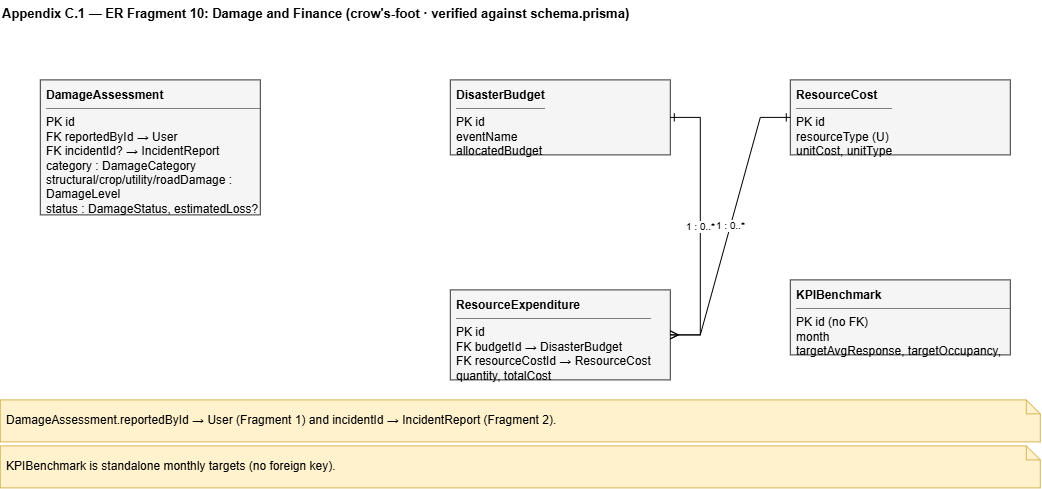
This is research-report-source/diagrams/pngs/Appendix_C.1_ER_Fragment_10_Damage_and_Finance.drawio.png from DeshanDV1003/Suraksha---Web-App, a draw.io export, as it was before one commit. Source tidied: cells renumbered, new cells last; positions are measured from the earlier drawing's top-left corner, leaving out a move shared by most shapes.
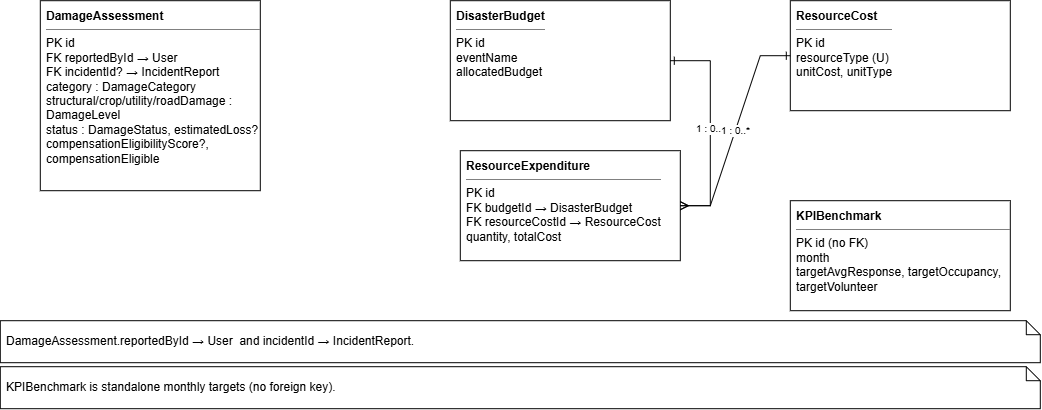
After the change.

The edit, as a diff of the source:
```diff
@@ -2,23 +2,20 @@
   <root>
     <mxCell id="0" />
     <mxCell id="1" parent="0" />
-    <mxCell id="2" value="Appendix C.1 — ER Fragment 10: Damage and Finance   (crow's-foot · verified against schema.prisma)" style="text;html=1;fontStyle=1;fontSize=13;align=left;" parent="1" vertex="1">
-      <mxGeometry width="1040" height="24" as="geometry" />
-    </mxCell>
-    <mxCell id="3" value="&lt;b&gt;DamageAssessment&lt;/b&gt;&lt;hr size=&quot;1&quot; noshade&gt;PK id&lt;br&gt;FK reportedById  → User&lt;br&gt;FK incidentId?  → IncidentReport&lt;br&gt;category : DamageCategory&lt;br&gt;structural/crop/utility/roadDamage : DamageLevel&lt;br&gt;status : DamageStatus, estimatedLoss?&lt;br&gt;compensationEligibilityScore?, compensationEligible" style="rounded=0;whiteSpace=wrap;html=1;fillColor=#f5f5f5;strokeColor=#333333;align=left;verticalAlign=top;spacingLeft=4;spacingTop=2;overflow=hidden;" parent="1" vertex="1">
-      <mxGeometry x="40" y="80" width="220" height="135" as="geometry" />
+    <mxCell id="3" value="&lt;b&gt;DamageAssessment&lt;/b&gt;&lt;hr size=&quot;1&quot; noshade&gt;PK id&lt;br&gt;FK reportedById  → User&lt;br&gt;FK incidentId?  → IncidentReport&lt;br&gt;category : DamageCategory&lt;br&gt;structural/crop/utility/roadDamage : DamageLevel&lt;br&gt;status : DamageStatus, estimatedLoss?&lt;br&gt;compensationEligibilityScore?, compensationEligible" style="rounded=0;whiteSpace=wrap;html=1;align=left;verticalAlign=top;spacingLeft=4;spacingTop=2;overflow=hidden;" parent="1" vertex="1">
+      <mxGeometry x="40" y="80" width="220" height="190" as="geometry" />
     </mxCell>
-    <mxCell id="4" value="&lt;b&gt;DisasterBudget&lt;/b&gt;&lt;hr size=&quot;1&quot; noshade&gt;PK id&lt;br&gt;eventName&lt;br&gt;allocatedBudget" style="rounded=0;whiteSpace=wrap;html=1;fillColor=#f5f5f5;strokeColor=#333333;align=left;verticalAlign=top;spacingLeft=4;spacingTop=2;overflow=hidden;" parent="1" vertex="1">
-      <mxGeometry x="450" y="80" width="220" height="75" as="geometry" />
+    <mxCell id="4" value="&lt;b&gt;DisasterBudget&lt;/b&gt;&lt;hr size=&quot;1&quot; noshade&gt;PK id&lt;br&gt;eventName&lt;br&gt;allocatedBudget" style="rounded=0;whiteSpace=wrap;html=1;align=left;verticalAlign=top;spacingLeft=4;spacingTop=2;overflow=hidden;" parent="1" vertex="1">
+      <mxGeometry x="450" y="80" width="220" height="120" as="geometry" />
     </mxCell>
-    <mxCell id="5" value="&lt;b&gt;ResourceExpenditure&lt;/b&gt;&lt;hr size=&quot;1&quot; noshade&gt;PK id&lt;br&gt;FK budgetId  → DisasterBudget&lt;br&gt;FK resourceCostId  → ResourceCost&lt;br&gt;quantity, totalCost" style="rounded=0;whiteSpace=wrap;html=1;fillColor=#f5f5f5;strokeColor=#333333;align=left;verticalAlign=top;spacingLeft=4;spacingTop=2;overflow=hidden;" parent="1" vertex="1">
-      <mxGeometry x="450" y="290" width="220" height="90" as="geometry" />
+    <mxCell id="5" value="&lt;b&gt;ResourceExpenditure&lt;/b&gt;&lt;hr size=&quot;1&quot; noshade&gt;PK id&lt;br&gt;FK budgetId  → DisasterBudget&lt;br&gt;FK resourceCostId  → ResourceCost&lt;br&gt;quantity, totalCost" style="rounded=0;whiteSpace=wrap;html=1;align=left;verticalAlign=top;spacingLeft=4;spacingTop=2;overflow=hidden;" parent="1" vertex="1">
+      <mxGeometry x="460" y="230" width="220" height="110" as="geometry" />
     </mxCell>
-    <mxCell id="6" value="&lt;b&gt;ResourceCost&lt;/b&gt;&lt;hr size=&quot;1&quot; noshade&gt;PK id&lt;br&gt;resourceType (U)&lt;br&gt;unitCost, unitType" style="rounded=0;whiteSpace=wrap;html=1;fillColor=#f5f5f5;strokeColor=#333333;align=left;verticalAlign=top;spacingLeft=4;spacingTop=2;overflow=hidden;" parent="1" vertex="1">
-      <mxGeometry x="790" y="80" width="220" height="75" as="geometry" />
+    <mxCell id="6" value="&lt;b&gt;ResourceCost&lt;/b&gt;&lt;hr size=&quot;1&quot; noshade&gt;PK id&lt;br&gt;resourceType (U)&lt;br&gt;unitCost, unitType" style="rounded=0;whiteSpace=wrap;html=1;align=left;verticalAlign=top;spacingLeft=4;spacingTop=2;overflow=hidden;" parent="1" vertex="1">
+      <mxGeometry x="790" y="80" width="220" height="110" as="geometry" />
     </mxCell>
-    <mxCell id="7" value="&lt;b&gt;KPIBenchmark&lt;/b&gt;&lt;hr size=&quot;1&quot; noshade&gt;PK id  (no FK)&lt;br&gt;month&lt;br&gt;targetAvgResponse, targetOccupancy, targetVolunteer" style="rounded=0;whiteSpace=wrap;html=1;fillColor=#f5f5f5;strokeColor=#333333;align=left;verticalAlign=top;spacingLeft=4;spacingTop=2;overflow=hidden;" parent="1" vertex="1">
-      <mxGeometry x="790" y="280" width="220" height="75" as="geometry" />
+    <mxCell id="7" value="&lt;b&gt;KPIBenchmark&lt;/b&gt;&lt;hr size=&quot;1&quot; noshade&gt;PK id  (no FK)&lt;br&gt;month&lt;br&gt;targetAvgResponse, targetOccupancy, targetVolunteer" style="rounded=0;whiteSpace=wrap;html=1;align=left;verticalAlign=top;spacingLeft=4;spacingTop=2;overflow=hidden;" parent="1" vertex="1">
+      <mxGeometry x="790" y="280" width="220" height="110" as="geometry" />
     </mxCell>
     <mxCell id="8" value="1 : 0..*" style="edgeStyle=entityRelationEdgeStyle;rounded=0;html=1;fontSize=10;startArrow=ERone;endArrow=ERmany;startFill=0;endFill=0;" parent="1" edge="1" source="4" target="5">
       <mxGeometry relative="1" as="geometry" />
@@ -26,10 +23,10 @@
     <mxCell id="9" value="1 : 0..*" style="edgeStyle=entityRelationEdgeStyle;rounded=0;html=1;fontSize=10;startArrow=ERone;endArrow=ERmany;startFill=0;endFill=0;" parent="1" edge="1" source="6" target="5">
       <mxGeometry relative="1" as="geometry" />
     </mxCell>
-    <mxCell id="10" value="DamageAssessment.reportedById → User (Fragment 1) and incidentId → IncidentReport (Fragment 2)." style="shape=note;whiteSpace=wrap;html=1;fillColor=#fff2cc;strokeColor=#d6b656;size=14;align=left;spacingLeft=4;" parent="1" vertex="1">
+    <mxCell id="10" value="DamageAssessment.reportedById → User&amp;nbsp; and incidentId → IncidentReport." style="shape=note;whiteSpace=wrap;html=1;size=14;align=left;spacingLeft=4;" parent="1" vertex="1">
       <mxGeometry y="400" width="1040" height="42" as="geometry" />
     </mxCell>
-    <mxCell id="11" value="KPIBenchmark is standalone monthly targets (no foreign key)." style="shape=note;whiteSpace=wrap;html=1;fillColor=#fff2cc;strokeColor=#d6b656;size=14;align=left;spacingLeft=4;" parent="1" vertex="1">
+    <mxCell id="11" value="KPIBenchmark is standalone monthly targets (no foreign key)." style="shape=note;whiteSpace=wrap;html=1;size=14;align=left;spacingLeft=4;" parent="1" vertex="1">
       <mxGeometry y="446" width="1040" height="42" as="geometry" />
     </mxCell>
   </root>
```
